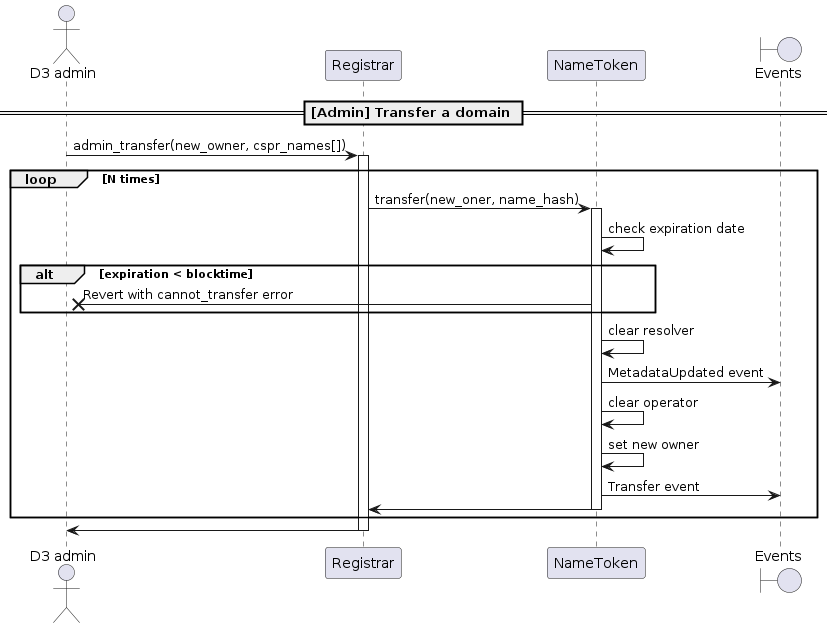
Earlier version of the PlantUML export docs/sequence-diagrams/puml/admin-transfer-domain.png (make-software/cspr-name-contracts).
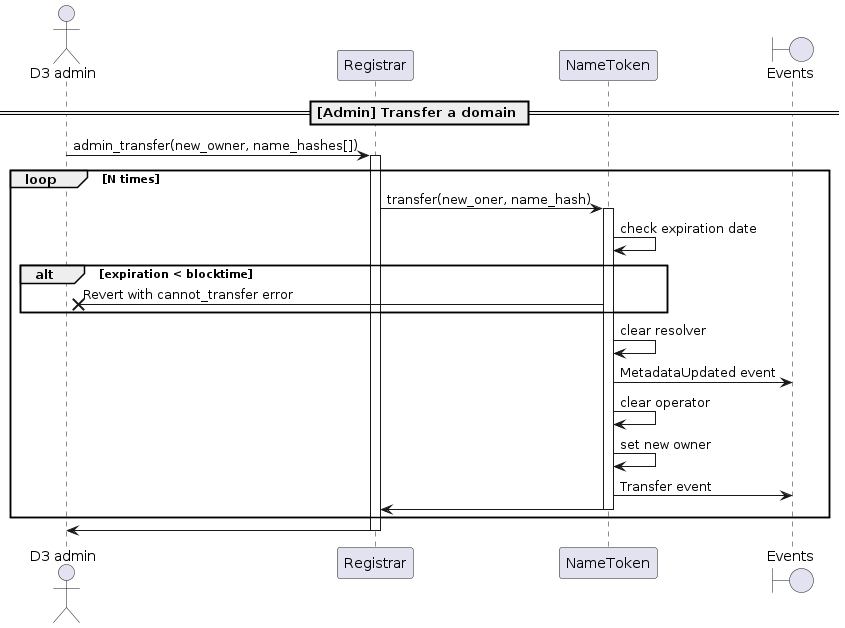
After the commit.

Diff of the diagram source:
```diff
@@ -7,7 +7,7 @@
 
 == [Admin] Transfer a domain ==
 
-"D3 admin" -> "Registrar": admin_transfer(new_owner, cspr_names[])
+"D3 admin" -> "Registrar": admin_transfer(new_owner, name_hashes[])
 activate Registrar
 loop N times
     Registrar -> NameToken: transfer(new_oner, name_hash)
```
